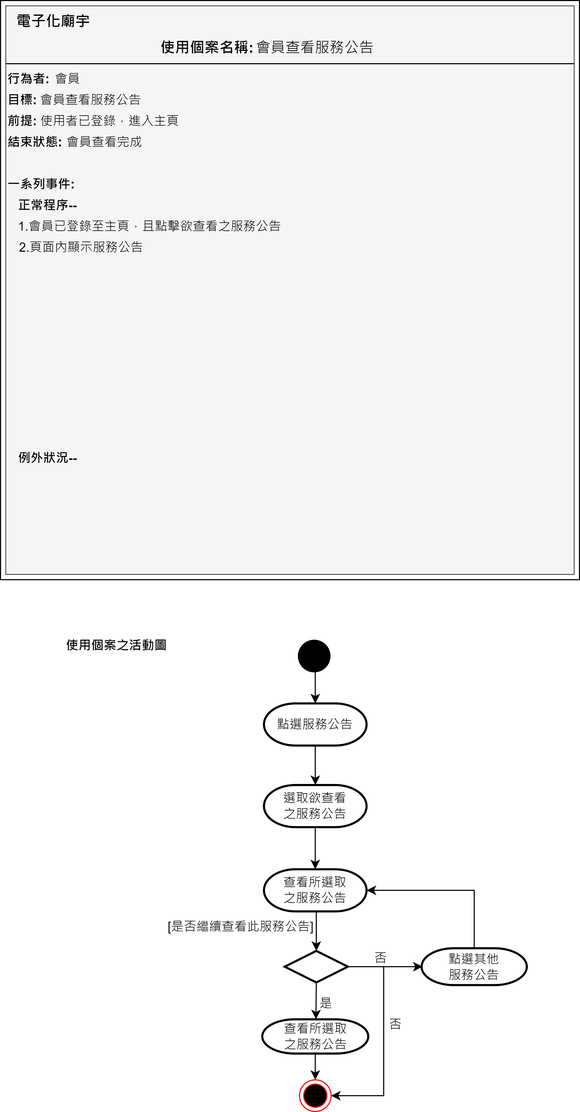
Earlier version of the draw.io export 活動圖/15.服務公告_v1.drawio.png (GretaYuu/111-2_SAD). Source tidied: cells renumbered, new cells last; positions are measured from the earlier drawing's top-left corner, leaving out a move shared by most shapes.
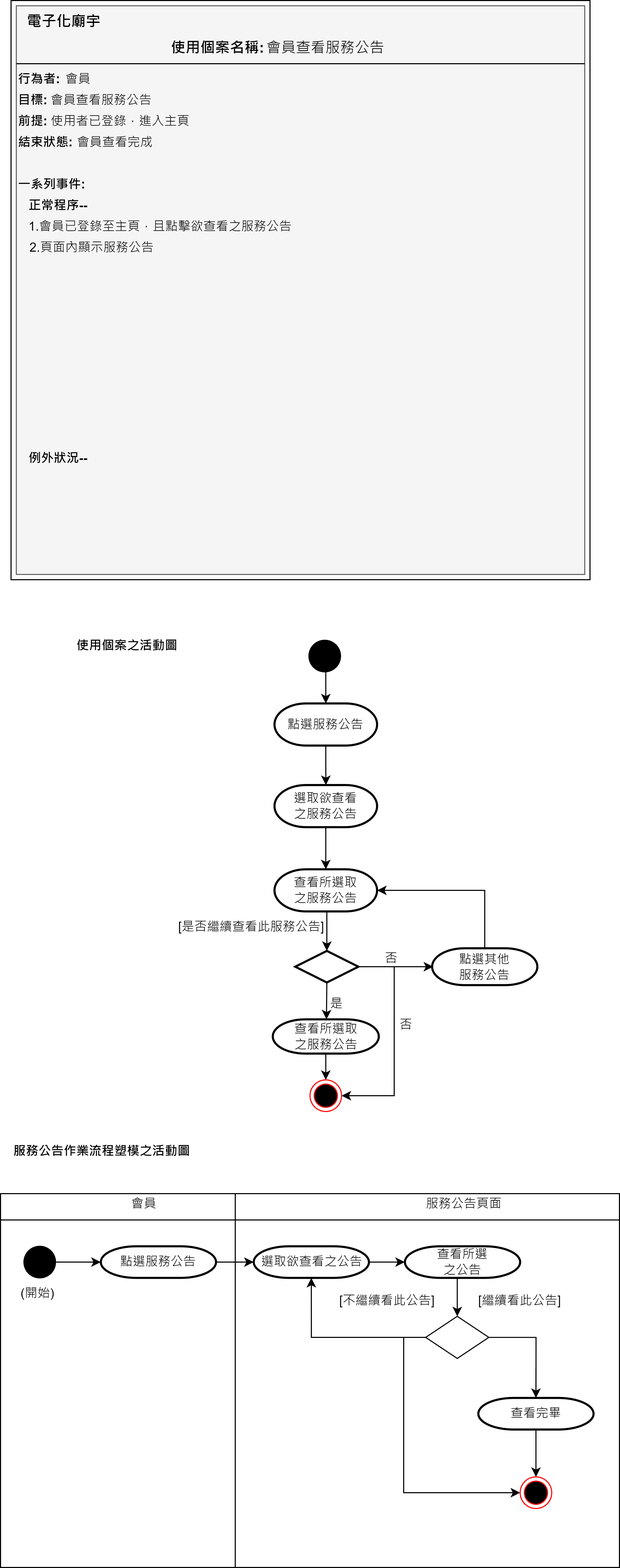
The same diagram one commit later.

What changed in the source:
```diff
@@ -143,5 +143,79 @@
     <mxCell id="42" value="否" style="text;html=1;align=center;verticalAlign=middle;strokeColor=none;fillColor=none;" parent="1" vertex="1">
       <mxGeometry x="355" y="957.5" width="40" height="30" as="geometry" />
     </mxCell>
+    <mxCell id="43" value="&lt;b&gt;服務公告作業流程塑模之活動圖&lt;/b&gt;" style="text;html=1;align=center;verticalAlign=middle;strokeColor=none;fillColor=none;" parent="1" vertex="1">
+      <mxGeometry x="-9" y="1078" width="190" height="30" as="geometry" />
+    </mxCell>
+    <mxCell id="44" style="shape=internalStorage;whiteSpace=wrap;html=1;backgroundOutline=1;" parent="1" vertex="1">
+      <mxGeometry x="177" y="1193" width="80" height="80" as="geometry" />
+    </mxCell>
+    <mxCell id="45" style="shape=internalStorage;whiteSpace=wrap;html=1;backgroundOutline=1;dx=223;dy=25;" parent="1" vertex="1">
+      <mxGeometry x="-10" y="1133" width="588" height="355" as="geometry" />
+    </mxCell>
+    <mxCell id="46" value="會員" style="text;html=1;align=center;verticalAlign=middle;strokeColor=none;fillColor=none;" parent="1" vertex="1">
+      <mxGeometry x="101" y="1128" width="50" height="30" as="geometry" />
+    </mxCell>
+    <mxCell id="47" value="服務公告頁面" style="text;html=1;align=center;verticalAlign=middle;strokeColor=none;fillColor=none;" parent="1" vertex="1">
+      <mxGeometry x="379.5" y="1128" width="100" height="30" as="geometry" />
+    </mxCell>
+    <mxCell id="48" style="edgeStyle=orthogonalEdgeStyle;rounded=0;jettySize=auto;html=1;exitX=1;exitY=0.5;exitDx=0;exitDy=0;entryX=0;entryY=0.5;entryDx=0;entryDy=0;entryPerimeter=0;" parent="1" edge="1" source="49" target="51">
+      <mxGeometry relative="1" as="geometry" />
+    </mxCell>
+    <mxCell id="49" style="ellipse;fillColor=strokeColor;html=1;" parent="1" vertex="1">
+      <mxGeometry x="12.2" y="1183" width="30" height="30" as="geometry" />
+    </mxCell>
+    <mxCell id="50" style="edgeStyle=orthogonalEdgeStyle;rounded=0;jettySize=auto;html=1;exitX=1;exitY=0.5;exitDx=0;exitDy=0;exitPerimeter=0;entryX=0;entryY=0.5;entryDx=0;entryDy=0;entryPerimeter=0;" parent="1" edge="1" source="51" target="65">
+      <mxGeometry relative="1" as="geometry" />
+    </mxCell>
+    <mxCell id="51" value="點選服務公告" style="strokeWidth=2;html=1;shape=mxgraph.flowchart.terminator;whiteSpace=wrap;" parent="1" vertex="1">
+      <mxGeometry x="85.2" y="1183" width="109.5" height="30" as="geometry" />
+    </mxCell>
+    <mxCell id="52" value="(開始)" style="text;html=1;align=center;verticalAlign=middle;strokeColor=none;fillColor=none;" parent="1" vertex="1">
+      <mxGeometry x="-5" y="1213" width="60" height="30" as="geometry" />
+    </mxCell>
+    <mxCell id="53" style="edgeStyle=orthogonalEdgeStyle;rounded=0;jettySize=auto;html=1;exitX=0.5;exitY=1;exitDx=0;exitDy=0;exitPerimeter=0;entryX=0.5;entryY=0;entryDx=0;entryDy=0;" parent="1" edge="1" source="54" target="58">
+      <mxGeometry relative="1" as="geometry" />
+    </mxCell>
+    <mxCell id="54" value="查看所選&lt;br&gt;之公告" style="strokeWidth=2;html=1;shape=mxgraph.flowchart.terminator;whiteSpace=wrap;" parent="1" vertex="1">
+      <mxGeometry x="374.2" y="1183" width="109.5" height="30" as="geometry" />
+    </mxCell>
+    <mxCell id="55" style="edgeStyle=orthogonalEdgeStyle;rounded=0;jettySize=auto;html=1;exitX=1;exitY=0.5;exitDx=0;exitDy=0;entryX=0.5;entryY=0;entryDx=0;entryDy=0;entryPerimeter=0;" parent="1" edge="1" source="58" target="60">
+      <mxGeometry relative="1" as="geometry" />
+    </mxCell>
+    <mxCell id="56" style="edgeStyle=orthogonalEdgeStyle;rounded=0;jettySize=auto;html=1;exitX=0;exitY=0.5;exitDx=0;exitDy=0;entryX=0.5;entryY=1;entryDx=0;entryDy=0;entryPerimeter=0;" parent="1" edge="1" source="58" target="65">
+      <mxGeometry relative="1" as="geometry" />
+    </mxCell>
+    <mxCell id="57" style="edgeStyle=orthogonalEdgeStyle;rounded=0;jettySize=auto;html=1;exitX=0;exitY=0.5;exitDx=0;exitDy=0;entryX=0;entryY=0.5;entryDx=0;entryDy=0;" parent="1" edge="1" source="58" target="63">
+      <mxGeometry relative="1" as="geometry">
+        <Array as="points">
+          <mxPoint x="373" y="1270" />
+          <mxPoint x="373" y="1417" />
+        </Array>
+      </mxGeometry>
+    </mxCell>
+    <mxCell id="58" style="rhombus;whiteSpace=wrap;html=1;" parent="1" vertex="1">
+      <mxGeometry x="393.9" y="1249.5" width="60" height="40" as="geometry" />
+    </mxCell>
+    <mxCell id="59" style="edgeStyle=orthogonalEdgeStyle;rounded=0;jettySize=auto;html=1;exitX=0.5;exitY=1;exitDx=0;exitDy=0;exitPerimeter=0;entryX=0.5;entryY=0;entryDx=0;entryDy=0;" parent="1" edge="1" source="60" target="63">
+      <mxGeometry relative="1" as="geometry" />
+    </mxCell>
+    <mxCell id="60" value="查看完畢" style="strokeWidth=2;html=1;shape=mxgraph.flowchart.terminator;whiteSpace=wrap;" parent="1" vertex="1">
+      <mxGeometry x="443.9" y="1327" width="109.5" height="30" as="geometry" />
+    </mxCell>
+    <mxCell id="61" value="[繼續看此公告]" style="text;html=1;align=center;verticalAlign=middle;strokeColor=none;fillColor=none;" parent="1" vertex="1">
+      <mxGeometry x="433.4" y="1219.5" width="100" height="30" as="geometry" />
+    </mxCell>
+    <mxCell id="62" value="[不繼續看此公告]" style="text;html=1;align=center;verticalAlign=middle;strokeColor=none;fillColor=none;" parent="1" vertex="1">
+      <mxGeometry x="302.4" y="1219.5" width="110" height="30" as="geometry" />
+    </mxCell>
+    <mxCell id="63" style="ellipse;html=1;shape=endState;fillColor=#000000;strokeColor=#ff0000;" parent="1" vertex="1">
+      <mxGeometry x="483.7" y="1402" width="30" height="30" as="geometry" />
+    </mxCell>
+    <mxCell id="64" style="edgeStyle=orthogonalEdgeStyle;rounded=0;jettySize=auto;html=1;exitX=1;exitY=0.5;exitDx=0;exitDy=0;exitPerimeter=0;entryX=0;entryY=0.5;entryDx=0;entryDy=0;entryPerimeter=0;" parent="1" edge="1" source="65" target="54">
+      <mxGeometry relative="1" as="geometry" />
+    </mxCell>
+    <mxCell id="65" value="選取欲查看之公告" style="strokeWidth=2;html=1;shape=mxgraph.flowchart.terminator;whiteSpace=wrap;" parent="1" vertex="1">
+      <mxGeometry x="230.5" y="1183" width="109.5" height="30" as="geometry" />
+    </mxCell>
   </root>
 </mxGraphModel>
```
